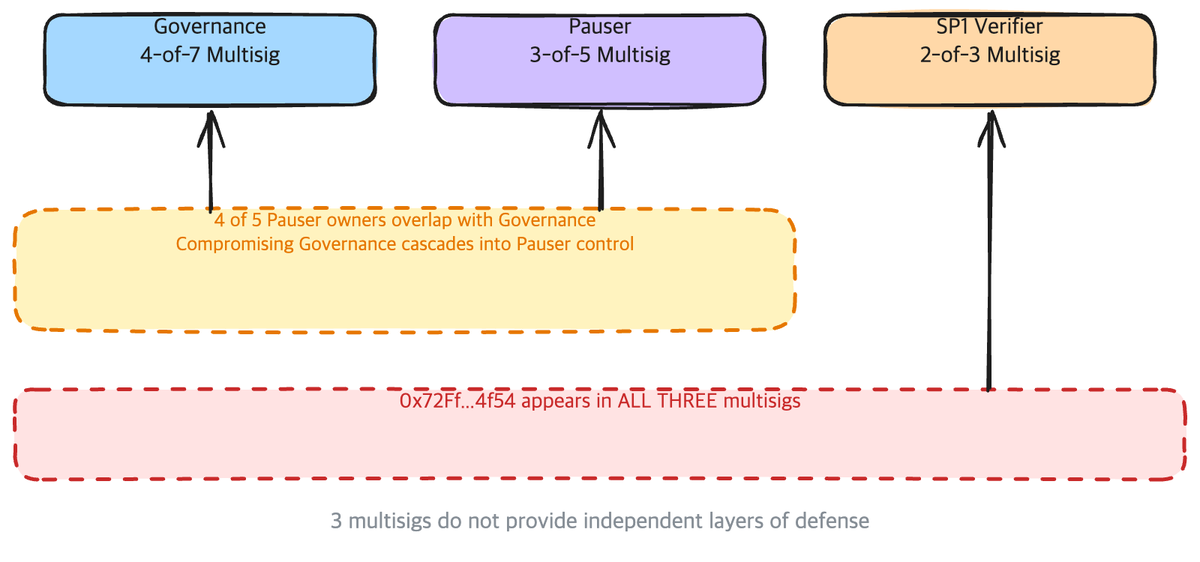
This is avail/assets/avl-e02-key-overlap.png from jyo-o/bonda-docs, a Excalidraw export, as it was before one commit. Source tidied: one line per element, renumbered; positions are measured from the earlier drawing's top-left corner, leaving out a move shared by most shapes.
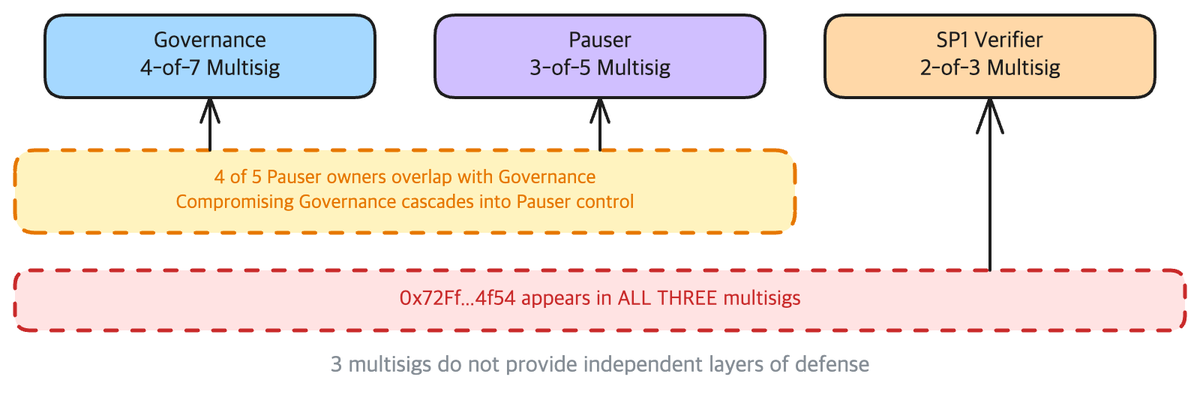
Later version of the same file.

Change to the diagram source:
```diff
@@ -1,14 +1,14 @@
-{"id": 0, "type": "rectangle", "strokeColor": "#1e1e1e", "backgroundColor": "#a5d8ff", "fillStyle": "solid", "strokeWidth": 2, "roughness": 1, "round": true, "x": 20, "y": 0, "width": 220, "height": 60}
+{"id": 0, "type": "rectangle", "strokeColor": "#1e1e1e", "backgroundColor": "#a5d8ff", "fillStyle": "solid", "strokeWidth": 2, "roughness": 0, "round": true, "x": 20, "y": 0, "width": 220, "height": 55}
-{"id": 1, "type": "text", "text": "Governance\n4-of-7 Multisig", "strokeColor": "#1e1e1e", "strokeWidth": 2, "roughness": 1, "fontSize": 15, "fontFamily": 4, "textAlign": "center", "verticalAlign": "middle", "inside": 0, "x": 20, "y": 0, "width": 220, "height": 60}
+{"id": 1, "type": "text", "text": "Governance\n4-of-7 Multisig", "strokeColor": "#1e1e1e", "strokeWidth": 2, "roughness": 0, "fontSize": 15, "fontFamily": 4, "textAlign": "center", "verticalAlign": "middle", "x": 60, "y": 9, "width": 140, "height": 38}
-{"id": 2, "type": "rectangle", "strokeColor": "#1e1e1e", "backgroundColor": "#d0bfff", "fillStyle": "solid", "strokeWidth": 2, "roughness": 1, "round": true, "x": 280, "y": 0, "width": 220, "height": 60}
+{"id": 2, "type": "rectangle", "strokeColor": "#1e1e1e", "backgroundColor": "#d0bfff", "fillStyle": "solid", "strokeWidth": 2, "roughness": 0, "round": true, "x": 280, "y": 0, "width": 220, "height": 55}
-{"id": 3, "type": "text", "text": "Pauser\n3-of-5 Multisig", "strokeColor": "#1e1e1e", "strokeWidth": 2, "roughness": 1, "fontSize": 15, "fontFamily": 4, "textAlign": "center", "verticalAlign": "middle", "inside": 2, "x": 280, "y": 0, "width": 220, "height": 60}
+{"id": 3, "type": "text", "text": "Pauser\n3-of-5 Multisig", "strokeColor": "#1e1e1e", "strokeWidth": 2, "roughness": 0, "fontSize": 15, "fontFamily": 4, "textAlign": "center", "verticalAlign": "middle", "x": 320, "y": 9, "width": 140, "height": 38}
-{"id": 4, "type": "rectangle", "strokeColor": "#1e1e1e", "backgroundColor": "#ffd8a8", "fillStyle": "solid", "strokeWidth": 2, "roughness": 1, "round": true, "x": 540, "y": 0, "width": 220, "height": 60}
+{"id": 4, "type": "rectangle", "strokeColor": "#1e1e1e", "backgroundColor": "#ffd8a8", "fillStyle": "solid", "strokeWidth": 2, "roughness": 0, "round": true, "x": 540, "y": 0, "width": 220, "height": 55}
-{"id": 5, "type": "text", "text": "SP1 Verifier\n2-of-3 Multisig", "strokeColor": "#1e1e1e", "strokeWidth": 2, "roughness": 1, "fontSize": 15, "fontFamily": 4, "textAlign": "center", "verticalAlign": "middle", "inside": 4, "x": 540, "y": 0, "width": 220, "height": 60}
+{"id": 5, "type": "text", "text": "SP1 Verifier\n2-of-3 Multisig", "strokeColor": "#1e1e1e", "strokeWidth": 2, "roughness": 0, "fontSize": 15, "fontFamily": 4, "textAlign": "center", "verticalAlign": "middle", "x": 580, "y": 9, "width": 140, "height": 38}
-{"id": 6, "type": "rectangle", "strokeColor": "#e67700", "backgroundColor": "#fff3bf", "fillStyle": "solid", "strokeWidth": 2, "strokeStyle": "dashed", "roughness": 1, "round": true, "x": 0, "y": 130, "width": 520, "height": 80}
+{"id": 6, "type": "rectangle", "strokeColor": "#e67700", "backgroundColor": "#fff3bf", "fillStyle": "solid", "strokeWidth": 2, "strokeStyle": "dashed", "roughness": 0, "round": true, "x": 0, "y": 90, "width": 520, "height": 55}
-{"id": 7, "type": "text", "text": "4 of 5 Pauser owners overlap with Governance\nCompromising Governance cascades into Pauser control", "strokeColor": "#e67700", "strokeWidth": 2, "roughness": 1, "fontSize": 13, "fontFamily": 4, "textAlign": "center", "verticalAlign": "middle", "inside": 6, "x": 0, "y": 130, "width": 520, "height": 80}
+{"id": 7, "type": "text", "text": "4 of 5 Pauser owners overlap with Governance\nCompromising Governance cascades into Pauser control", "strokeColor": "#e67700", "strokeWidth": 2, "roughness": 0, "fontSize": 13, "fontFamily": 4, "textAlign": "center", "verticalAlign": "middle", "x": 50, "y": 101, "width": 419, "height": 32}
-{"id": 8, "type": "arrow", "strokeColor": "#1e1e1e", "strokeWidth": 2, "roughness": 1, "endArrowhead": "arrow", "round": true, "to": 0, "x": 130, "y": 130, "width": 0, "height": 65, "points": [[0, 0], [0, -65]]}
+{"id": 8, "type": "arrow", "strokeColor": "#1e1e1e", "strokeWidth": 2, "roughness": 0, "endArrowhead": "arrow", "round": true, "to": 0, "x": 130, "y": 90, "width": 0, "height": 35, "points": [[0, 0], [0, -35]]}
-{"id": 9, "type": "arrow", "strokeColor": "#1e1e1e", "strokeWidth": 2, "roughness": 1, "endArrowhead": "arrow", "round": true, "to": 2, "x": 390, "y": 130, "width": 0, "height": 65, "points": [[0, 0], [0, -65]]}
+{"id": 9, "type": "arrow", "strokeColor": "#1e1e1e", "strokeWidth": 2, "roughness": 0, "endArrowhead": "arrow", "round": true, "to": 2, "x": 390, "y": 90, "width": 0, "height": 35, "points": [[0, 0], [0, -35]]}
-{"id": 10, "type": "rectangle", "strokeColor": "#c92a2a", "backgroundColor": "#ffe3e3", "fillStyle": "solid", "strokeWidth": 2, "strokeStyle": "dashed", "roughness": 1, "round": true, "x": 0, "y": 250, "width": 780, "height": 60}
+{"id": 10, "type": "rectangle", "strokeColor": "#c92a2a", "backgroundColor": "#ffe3e3", "fillStyle": "solid", "strokeWidth": 2, "strokeStyle": "dashed", "roughness": 0, "round": true, "x": 0, "y": 170, "width": 780, "height": 40}
-{"id": 11, "type": "text", "text": "0x72Ff...4f54 appears in ALL THREE multisigs", "strokeColor": "#c92a2a", "strokeWidth": 2, "roughness": 1, "fontSize": 14, "fontFamily": 4, "textAlign": "center", "verticalAlign": "middle", "inside": 10, "x": 0, "y": 250, "width": 780, "height": 60}
+{"id": 11, "type": "text", "text": "0x72Ff...4f54 appears in ALL THREE multisigs", "strokeColor": "#c92a2a", "strokeWidth": 2, "roughness": 0, "fontSize": 14, "fontFamily": 4, "textAlign": "center", "verticalAlign": "middle", "x": 199, "y": 181, "width": 382, "height": 18}
-{"id": 12, "type": "arrow", "strokeColor": "#1e1e1e", "strokeWidth": 2, "roughness": 1, "endArrowhead": "arrow", "round": true, "to": 4, "x": 650, "y": 250, "width": 0, "height": 185, "points": [[0, 0], [0, -185]]}
+{"id": 12, "type": "arrow", "strokeColor": "#1e1e1e", "strokeWidth": 2, "roughness": 0, "endArrowhead": "arrow", "round": true, "to": 4, "x": 650, "y": 170, "width": 0, "height": 115, "points": [[0, 0], [0, -115]]}
-{"id": 13, "type": "text", "text": "3 multisigs do not provide independent layers of defense", "strokeColor": "#868e96", "strokeWidth": 2, "roughness": 1, "fontSize": 15, "fontFamily": 4, "textAlign": "center", "verticalAlign": "middle", "x": 190, "y": 330, "width": 400, "height": 25}
+{"id": 13, "type": "text", "text": "3 multisigs do not provide independent layers of defense", "strokeColor": "#868e96", "strokeWidth": 2, "roughness": 0, "fontSize": 15, "fontFamily": 4, "textAlign": "center", "verticalAlign": "middle", "x": 190, "y": 225, "width": 400, "height": 20}
```
